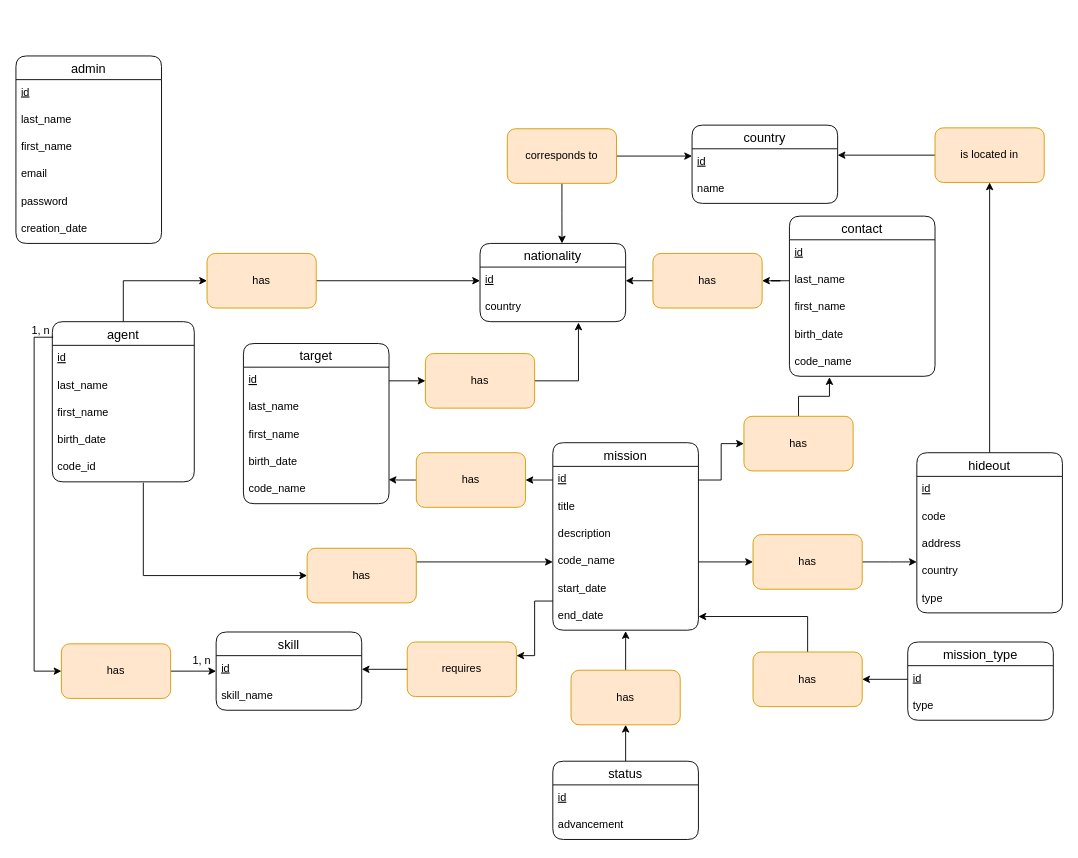
The draw.io diagram MCD.drawio in Armafobe/spy-test, before the edit. Source tidied: cells renumbered, new cells numbered last; positions are measured from the earlier drawing's top-left corner, leaving out a move shared by most shapes. Both pictures are drawn from the tidied source at 91%, with x=0, y=0 at pixel (15, 56).
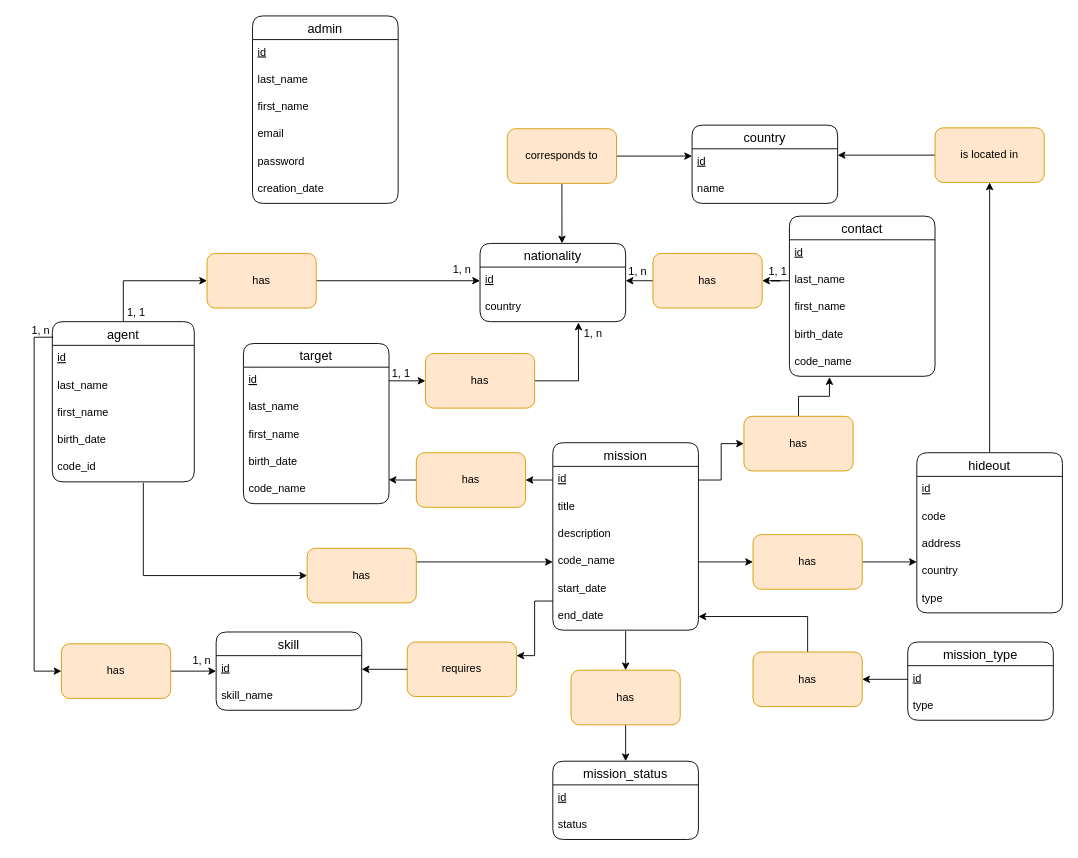
After the change.

The change refers to these unchanged cells:
```xml
<mxCell id="50" value="end_date" style="text;strokeColor=none;fillColor=none;spacingLeft=4;spacingRight=4;overflow=hidden;points=[[0,0.5],[1,0.5]];portConstraint=eastwest;fontSize=12;rounded=1;" parent="44" vertex="1">
  <mxGeometry y="176" width="160" height="30" as="geometry" />
</mxCell>
<mxCell id="90" value="has" style="rounded=1;whiteSpace=wrap;html=1;fillColor=#ffe6cc;strokeColor=#d79b00;" parent="1" vertex="1">
  <mxGeometry x="610" y="675" width="120" height="60" as="geometry" />
</mxCell>
```

Diff of the diagram source:
```diff
@@
     <mxCell id="76" value="admin" style="swimlane;fontStyle=0;horizontal=1;startSize=26;align=center;fontSize=14;rounded=1;" parent="1" vertex="1">
-      <mxGeometry width="160" height="206" as="geometry" />
+      <mxGeometry x="260" y="-44" width="160" height="206" as="geometry" />
     </mxCell>
@@
-    <mxCell id="85" style="edgeStyle=orthogonalEdgeStyle;rounded=0;jettySize=auto;html=1;entryX=0.5;entryY=1;entryDx=0;entryDy=0;startArrow=none;startFill=0;endArrow=classic;endFill=1;" parent="1" edge="1" source="86" target="90">
+    <mxCell id="85" style="edgeStyle=orthogonalEdgeStyle;rounded=0;jettySize=auto;html=1;startArrow=none;startFill=0;endArrow=classic;endFill=1;exitX=0.5;exitY=1;exitDx=0;exitDy=0;" parent="1" edge="1" source="90" target="86">
       <mxGeometry relative="1" as="geometry" />
     </mxCell>
-    <mxCell id="86" value="status" style="swimlane;fontStyle=0;horizontal=1;startSize=26;align=center;fontSize=14;rounded=1;" parent="1" vertex="1">
+    <mxCell id="86" value="mission_status" style="swimlane;fontStyle=0;horizontal=1;startSize=26;align=center;fontSize=14;rounded=1;" parent="1" vertex="1">
       <mxGeometry x="590" y="775" width="160" height="86" as="geometry" />
     </mxCell>
@@
-    <mxCell id="88" value="advancement" style="text;strokeColor=none;fillColor=none;spacingLeft=4;spacingRight=4;overflow=hidden;fontSize=12;rounded=1;" parent="86" vertex="1">
+    <mxCell id="88" value="status" style="text;strokeColor=none;fillColor=none;spacingLeft=4;spacingRight=4;overflow=hidden;fontSize=12;rounded=1;" parent="86" vertex="1">
       <mxGeometry y="56" width="160" height="30" as="geometry" />
     </mxCell>
-    <mxCell id="89" style="edgeStyle=orthogonalEdgeStyle;rounded=0;jettySize=auto;html=1;exitX=0.5;exitY=0;exitDx=0;exitDy=0;entryX=0.5;entryY=1.033;entryDx=0;entryDy=0;entryPerimeter=0;startArrow=none;startFill=0;endArrow=classic;endFill=1;" parent="1" edge="1" source="90" target="50">
-      <mxGeometry relative="1" as="geometry" />
-    </mxCell>
@@
+    <mxCell id="89" style="edgeStyle=orthogonalEdgeStyle;rounded=0;jettySize=auto;html=1;exitX=0.5;exitY=1.033;exitDx=0;exitDy=0;entryX=0.5;entryY=0;entryDx=0;entryDy=0;startArrow=none;startFill=0;endArrow=classic;endFill=1;exitPerimeter=0;" parent="1" edge="1" source="50" target="90">
+      <mxGeometry relative="1" as="geometry" />
+    </mxCell>
+    <mxCell id="97" value="1, 1" style="text;html=1;align=center;verticalAlign=middle;strokeColor=none;fillColor=none;" parent="1" vertex="1">
+      <mxGeometry x="112" y="272" width="40" height="20" as="geometry" />
+    </mxCell>
+    <mxCell id="98" value="1, n" style="text;html=1;align=center;verticalAlign=middle;strokeColor=none;fillColor=none;" parent="1" vertex="1">
+      <mxGeometry x="470" y="225" width="40" height="20" as="geometry" />
+    </mxCell>
+    <mxCell id="99" value="1, 1" style="text;html=1;align=center;verticalAlign=middle;strokeColor=none;fillColor=none;" parent="1" vertex="1">
+      <mxGeometry x="403" y="339" width="40" height="20" as="geometry" />
+    </mxCell>
+    <mxCell id="100" value="1, 1" style="text;html=1;align=center;verticalAlign=middle;strokeColor=none;fillColor=none;" parent="1" vertex="1">
+      <mxGeometry x="817" y="227" width="40" height="20" as="geometry" />
+    </mxCell>
+    <mxCell id="101" value="1, n" style="text;html=1;align=center;verticalAlign=middle;strokeColor=none;fillColor=none;" parent="1" vertex="1">
+      <mxGeometry x="614" y="295" width="40" height="20" as="geometry" />
+    </mxCell>
+    <mxCell id="102" value="1, n" style="text;html=1;align=center;verticalAlign=middle;strokeColor=none;fillColor=none;" parent="1" vertex="1">
+      <mxGeometry x="663" y="227" width="40" height="20" as="geometry" />
+    </mxCell>
```
